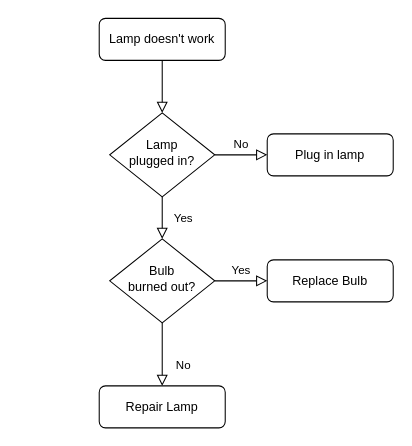
This is Untitled Diagram.drawio from zabangwaj/Hangman, a draw.io file, before an edit. Source tidied: cells renumbered, new cells numbered last; positions are measured from the earlier drawing's top-left corner, leaving out a move shared by most shapes. Both pictures are drawn from the tidied source at 105%, with x=0, y=0 at pixel (99, 18).
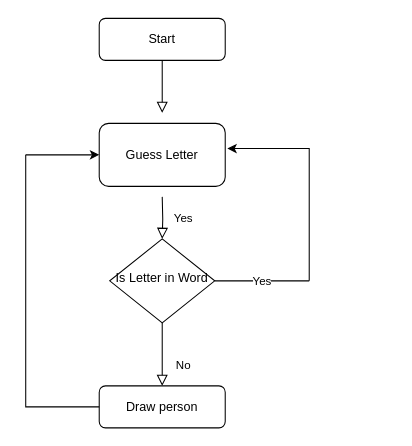
After the change.

Diff of the diagram source:
```diff
@@
 <mxGraphModel>
   <root>
     <mxCell id="0" />
     <mxCell id="1" parent="0" />
-    <mxCell id="2" style="rounded=0;html=1;jettySize=auto;fontSize=11;endArrow=block;endFill=0;endSize=8;strokeWidth=1;shadow=0;labelBackgroundColor=none;edgeStyle=orthogonalEdgeStyle;" parent="1" edge="1" source="3" target="6">
-      <mxGeometry relative="1" as="geometry" />
+    <mxCell id="2" style="rounded=0;html=1;jettySize=auto;fontSize=11;endArrow=block;endFill=0;endSize=8;strokeWidth=1;shadow=0;labelBackgroundColor=none;edgeStyle=orthogonalEdgeStyle;" parent="1" edge="1" source="3">
+      <mxGeometry relative="1" as="geometry">
+        <mxPoint x="60" y="90" as="targetPoint" />
+      </mxGeometry>
     </mxCell>
-    <mxCell id="3" value="Lamp doesn't work" style="rounded=1;whiteSpace=wrap;html=1;fontSize=12;glass=0;strokeWidth=1;shadow=0;" parent="1" vertex="1">
+    <mxCell id="3" value="Start" style="rounded=1;whiteSpace=wrap;html=1;fontSize=12;glass=0;strokeWidth=1;shadow=0;" parent="1" vertex="1">
       <mxGeometry width="120" height="40" as="geometry" />
     </mxCell>
-    <mxCell id="4" value="Yes" style="rounded=0;html=1;jettySize=auto;fontSize=11;endArrow=block;endFill=0;endSize=8;strokeWidth=1;shadow=0;labelBackgroundColor=none;edgeStyle=orthogonalEdgeStyle;" parent="1" edge="1" source="6" target="10">
-      <mxGeometry y="20" relative="1" as="geometry" />
+    <mxCell id="4" value="Yes" style="rounded=0;html=1;jettySize=auto;fontSize=11;endArrow=block;endFill=0;endSize=8;strokeWidth=1;shadow=0;labelBackgroundColor=none;edgeStyle=orthogonalEdgeStyle;" parent="1" edge="1" target="10">
+      <mxGeometry y="20" relative="1" as="geometry">
+        <mxPoint x="60" y="170" as="sourcePoint" />
+      </mxGeometry>
     </mxCell>
-    <mxCell id="5" value="No" style="edgeStyle=orthogonalEdgeStyle;rounded=0;html=1;jettySize=auto;fontSize=11;endArrow=block;endFill=0;endSize=8;strokeWidth=1;shadow=0;labelBackgroundColor=none;" parent="1" edge="1" source="6" target="7">
-      <mxGeometry y="10" relative="1" as="geometry" />
-    </mxCell>
-    <mxCell id="6" value="Lamp&lt;br&gt;plugged in?" style="rhombus;whiteSpace=wrap;html=1;shadow=0;fontFamily=Helvetica;fontSize=12;align=center;strokeWidth=1;spacing=6;spacingTop=-4;" parent="1" vertex="1">
-      <mxGeometry x="10" y="90" width="100" height="80" as="geometry" />
-    </mxCell>
-    <mxCell id="7" value="Plug in lamp" style="rounded=1;whiteSpace=wrap;html=1;fontSize=12;glass=0;strokeWidth=1;shadow=0;" parent="1" vertex="1">
-      <mxGeometry x="160" y="110" width="120" height="40" as="geometry" />
-    </mxCell>
     <mxCell id="8" value="No" style="rounded=0;html=1;jettySize=auto;fontSize=11;endArrow=block;endFill=0;endSize=8;strokeWidth=1;shadow=0;labelBackgroundColor=none;edgeStyle=orthogonalEdgeStyle;" parent="1" edge="1" source="10" target="11">
       <mxGeometry x="0.33" y="20" relative="1" as="geometry" />
     </mxCell>
-    <mxCell id="9" value="Yes" style="edgeStyle=orthogonalEdgeStyle;rounded=0;html=1;jettySize=auto;fontSize=11;endArrow=block;endFill=0;endSize=8;strokeWidth=1;shadow=0;labelBackgroundColor=none;" parent="1" edge="1" source="10" target="12">
-      <mxGeometry y="10" relative="1" as="geometry" />
-    </mxCell>
-    <mxCell id="10" value="Bulb&lt;br&gt;burned out?" style="rhombus;whiteSpace=wrap;html=1;shadow=0;fontFamily=Helvetica;fontSize=12;align=center;strokeWidth=1;spacing=6;spacingTop=-4;" parent="1" vertex="1">
+    <mxCell id="10" value="Is Letter in Word" style="rhombus;whiteSpace=wrap;html=1;shadow=0;fontFamily=Helvetica;fontSize=12;align=center;strokeWidth=1;spacing=6;spacingTop=-4;" parent="1" vertex="1">
       <mxGeometry x="10" y="210" width="100" height="80" as="geometry" />
     </mxCell>
-    <mxCell id="11" value="Repair Lamp" style="rounded=1;whiteSpace=wrap;html=1;fontSize=12;glass=0;strokeWidth=1;shadow=0;" parent="1" vertex="1">
+    <mxCell id="11" value="Draw person" style="rounded=1;whiteSpace=wrap;html=1;fontSize=12;glass=0;strokeWidth=1;shadow=0;" parent="1" vertex="1">
       <mxGeometry y="350" width="120" height="40" as="geometry" />
     </mxCell>
-    <mxCell id="12" value="Replace Bulb" style="rounded=1;whiteSpace=wrap;html=1;fontSize=12;glass=0;strokeWidth=1;shadow=0;" parent="1" vertex="1">
-      <mxGeometry x="160" y="230" width="120" height="40" as="geometry" />
-    </mxCell>
+    <mxCell id="13" value="Guess Letter" style="rounded=1;whiteSpace=wrap;html=1;" parent="1" vertex="1">
+      <mxGeometry y="100" width="120" height="60" as="geometry" />
+    </mxCell>
+    <mxCell id="9" value="Yes" style="endArrow=none;html=1;rounded=0;exitX=1;exitY=0.5;exitDx=0;exitDy=0;" parent="1" edge="1" source="10">
+      <mxGeometry relative="1" as="geometry">
+        <mxPoint x="200" y="250" as="targetPoint" />
+      </mxGeometry>
+    </mxCell>
+    <mxCell id="14" style="endArrow=classic;html=1;rounded=0;entryX=1.017;entryY=0.4;entryDx=0;entryDy=0;entryPerimeter=0;" parent="1" edge="1" target="13">
+      <mxGeometry relative="1" as="geometry">
+        <mxPoint x="200" y="250" as="sourcePoint" />
+        <Array as="points">
+          <mxPoint x="200" y="124" />
+        </Array>
+      </mxGeometry>
+    </mxCell>
+    <mxCell id="15" style="endArrow=none;html=1;rounded=0;exitX=0;exitY=0.5;exitDx=0;exitDy=0;" parent="1" edge="1" source="11">
+      <mxGeometry relative="1" as="geometry">
+        <mxPoint x="-70" y="130" as="targetPoint" />
+        <Array as="points">
+          <mxPoint x="-70" y="370" />
+        </Array>
+      </mxGeometry>
+    </mxCell>
+    <mxCell id="16" style="endArrow=classic;html=1;rounded=0;" parent="1" edge="1">
+      <mxGeometry relative="1" as="geometry">
+        <mxPoint x="-70" y="130" as="sourcePoint" />
+        <mxPoint y="130" as="targetPoint" />
+      </mxGeometry>
+    </mxCell>
   </root>
 </mxGraphModel>
```
